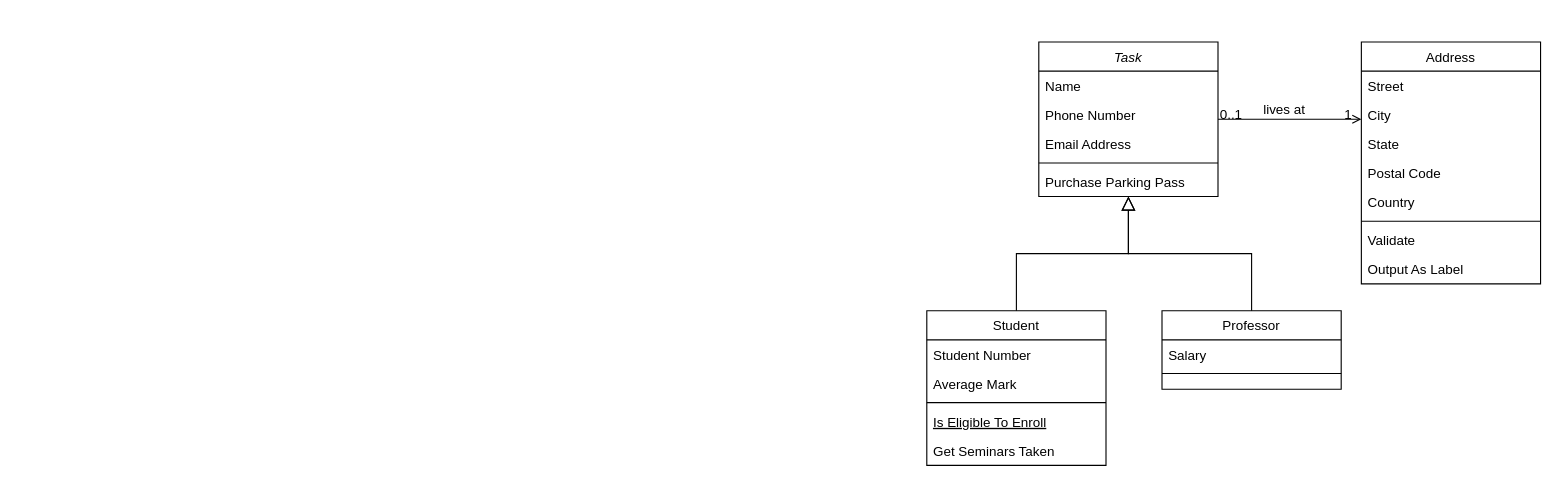
The draw.io diagram diagrams/异步任务涉及记账时的堆栈.drawio in libo9527/static, before the edit. Source tidied: cells renumbered, new cells numbered last; positions are measured from the earlier drawing's top-left corner, leaving out a move shared by most shapes. Both pictures are drawn from the tidied source at 112%, with x=0, y=0 at pixel (926, 41).
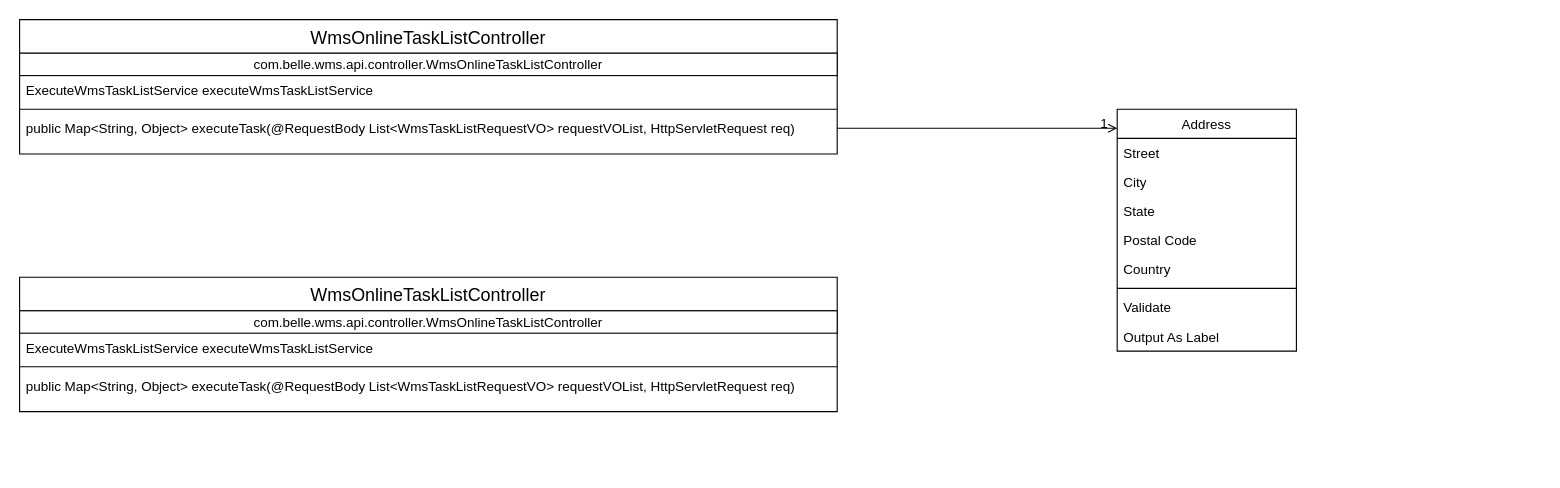
The same diagram, later.

Commit message (it also covers changes not shown here):
更新异步任务涉及记账时的堆栈.drawio

What changed in the source:
```diff
@@
-    <mxCell id="2" value="Task" style="swimlane;fontStyle=2;align=center;verticalAlign=top;horizontal=1;startSize=26;rounded=0;shadow=0;strokeWidth=1;" parent="1" vertex="1">
-      <mxGeometry x="100" width="160" height="138" as="geometry" />
+    <mxCell id="2" value="WmsOnlineTaskListController" style="swimlane;fontStyle=0;align=center;verticalAlign=top;horizontal=1;startSize=30;rounded=0;shadow=0;strokeWidth=1;fontSize=16;" parent="1" vertex="1">
+      <mxGeometry x="-810" y="-20" width="730" height="120" as="geometry" />
     </mxCell>
+    <mxCell id="32" value="&lt;font style=&quot;font-size: 12px&quot;&gt;com.belle.wms.api.controller.WmsOnlineTaskListController&lt;/font&gt;" style="rounded=0;whiteSpace=wrap;html=1;fontSize=14;" parent="2" vertex="1">
+      <mxGeometry y="30" width="730" height="20" as="geometry" />
+    </mxCell>
-    <mxCell id="3" value="Name" style="text;align=left;verticalAlign=top;spacingLeft=4;spacingRight=4;overflow=hidden;" parent="2" vertex="1">
-      <mxGeometry y="26" width="160" height="26" as="geometry" />
+    <mxCell id="3" value="ExecuteWmsTaskListService executeWmsTaskListService" style="text;align=left;verticalAlign=top;spacingLeft=4;spacingRight=4;overflow=hidden;" parent="2" vertex="1">
+      <mxGeometry y="50" width="730" height="26" as="geometry" />
     </mxCell>
-    <mxCell id="4" value="Phone Number" style="text;align=left;verticalAlign=top;spacingLeft=4;spacingRight=4;overflow=hidden;rounded=0;shadow=0;html=0;" parent="2" vertex="1">
-      <mxGeometry y="52" width="160" height="26" as="geometry" />
-    </mxCell>
-    <mxCell id="5" value="Email Address" style="text;align=left;verticalAlign=top;spacingLeft=4;spacingRight=4;overflow=hidden;rounded=0;shadow=0;html=0;" parent="2" vertex="1">
-      <mxGeometry y="78" width="160" height="26" as="geometry" />
-    </mxCell>
     <mxCell id="6" style="line;html=1;strokeWidth=1;align=left;verticalAlign=middle;spacingTop=-1;spacingLeft=3;spacingRight=3;labelPosition=right;" parent="2" vertex="1">
-      <mxGeometry y="104" width="160" height="8" as="geometry" />
+      <mxGeometry y="76" width="730" height="8" as="geometry" />
     </mxCell>
-    <mxCell id="7" value="Purchase Parking Pass" style="text;align=left;verticalAlign=top;spacingLeft=4;spacingRight=4;overflow=hidden;points=[[0,0.5],[1,0.5]];portConstraint=eastwest;" parent="2" vertex="1">
-      <mxGeometry y="112" width="160" height="26" as="geometry" />
+    <mxCell id="7" value="public Map&lt;String, Object&gt; executeTask(@RequestBody List&lt;WmsTaskListRequestVO&gt; requestVOList, HttpServletRequest req)" style="text;align=left;verticalAlign=top;spacingLeft=4;spacingRight=4;overflow=hidden;points=[[0,0.5],[1,0.5]];portConstraint=eastwest;" parent="2" vertex="1">
+      <mxGeometry y="84" width="730" height="26" as="geometry" />
     </mxCell>
-    <mxCell id="8" value="Student" style="swimlane;fontStyle=0;align=center;verticalAlign=top;horizontal=1;startSize=26;rounded=0;shadow=0;strokeWidth=1;" parent="1" vertex="1">
-      <mxGeometry y="240" width="160" height="138" as="geometry" />
-    </mxCell>
-    <mxCell id="9" value="Student Number" style="text;align=left;verticalAlign=top;spacingLeft=4;spacingRight=4;overflow=hidden;" parent="8" vertex="1">
-      <mxGeometry y="26" width="160" height="26" as="geometry" />
-    </mxCell>
-    <mxCell id="10" value="Average Mark" style="text;align=left;verticalAlign=top;spacingLeft=4;spacingRight=4;overflow=hidden;rounded=0;shadow=0;html=0;" parent="8" vertex="1">
-      <mxGeometry y="52" width="160" height="26" as="geometry" />
-    </mxCell>
-    <mxCell id="11" style="line;html=1;strokeWidth=1;align=left;verticalAlign=middle;spacingTop=-1;spacingLeft=3;spacingRight=3;labelPosition=right;" parent="8" vertex="1">
-      <mxGeometry y="78" width="160" height="8" as="geometry" />
-    </mxCell>
-    <mxCell id="12" value="Is Eligible To Enroll" style="text;align=left;verticalAlign=top;spacingLeft=4;spacingRight=4;overflow=hidden;fontStyle=4;" parent="8" vertex="1">
-      <mxGeometry y="86" width="160" height="26" as="geometry" />
-    </mxCell>
-    <mxCell id="13" value="Get Seminars Taken" style="text;align=left;verticalAlign=top;spacingLeft=4;spacingRight=4;overflow=hidden;" parent="8" vertex="1">
-      <mxGeometry y="112" width="160" height="26" as="geometry" />
-    </mxCell>
-    <mxCell id="14" style="endArrow=block;endSize=10;endFill=0;shadow=0;strokeWidth=1;rounded=0;edgeStyle=elbowEdgeStyle;elbow=vertical;" parent="1" edge="1" source="8" target="2">
-      <mxGeometry relative="1" as="geometry" />
-    </mxCell>
-    <mxCell id="15" value="Professor" style="swimlane;fontStyle=0;align=center;verticalAlign=top;horizontal=1;startSize=26;rounded=0;shadow=0;strokeWidth=1;" parent="1" vertex="1">
-      <mxGeometry x="210" y="240" width="160" height="70" as="geometry" />
-    </mxCell>
-    <mxCell id="16" value="Salary" style="text;align=left;verticalAlign=top;spacingLeft=4;spacingRight=4;overflow=hidden;" parent="15" vertex="1">
-      <mxGeometry y="26" width="160" height="26" as="geometry" />
-    </mxCell>
-    <mxCell id="17" style="line;html=1;strokeWidth=1;align=left;verticalAlign=middle;spacingTop=-1;spacingLeft=3;spacingRight=3;labelPosition=right;" parent="15" vertex="1">
-      <mxGeometry y="52" width="160" height="8" as="geometry" />
-    </mxCell>
-    <mxCell id="18" style="endArrow=block;endSize=10;endFill=0;shadow=0;strokeWidth=1;rounded=0;edgeStyle=elbowEdgeStyle;elbow=vertical;" parent="1" edge="1" source="15" target="2">
-      <mxGeometry relative="1" as="geometry" />
-    </mxCell>
     <mxCell id="19" value="Address" style="swimlane;fontStyle=0;align=center;verticalAlign=top;horizontal=1;startSize=26;rounded=0;shadow=0;strokeWidth=1;" parent="1" vertex="1">
-      <mxGeometry x="388" width="160" height="216" as="geometry" />
+      <mxGeometry x="170" y="60" width="160" height="216" as="geometry" />
     </mxCell>
@@
-    <mxCell id="28" style="endArrow=open;shadow=0;strokeWidth=1;rounded=0;endFill=1;edgeStyle=elbowEdgeStyle;elbow=vertical;" parent="1" edge="1" source="2" target="19">
+    <mxCell id="28" style="endArrow=open;shadow=0;strokeWidth=1;rounded=0;endFill=1;edgeStyle=elbowEdgeStyle;elbow=vertical;exitX=1;exitY=0.5;exitDx=0;exitDy=0;" parent="1" edge="1" source="7" target="19">
       <mxGeometry x="0.5" y="41" relative="1" as="geometry">
         <mxPoint x="-40" y="32" as="offset" />
       </mxGeometry>
     </mxCell>
-    <mxCell id="29" value="0..1" style="align=left;verticalAlign=bottom;labelBackgroundColor=none;fontSize=12;" parent="28" vertex="1">
-      <mxGeometry x="-1" relative="1" as="geometry">
-        <mxPoint y="4" as="offset" />
-      </mxGeometry>
-    </mxCell>
@@
-    <mxCell id="31" value="lives at" style="text;html=1;align=center;verticalAlign=middle;labelBackgroundColor=none;rounded=0;shadow=0;strokeWidth=1;fontSize=12;" parent="28" vertex="1">
-      <mxGeometry x="0.5" y="49" relative="1" as="geometry">
-        <mxPoint x="-38" y="40" as="offset" />
-      </mxGeometry>
-    </mxCell>
+    <mxCell id="33" value="WmsOnlineTaskListController" style="swimlane;fontStyle=0;align=center;verticalAlign=top;horizontal=1;startSize=30;rounded=0;shadow=0;strokeWidth=1;fontSize=16;" parent="1" vertex="1">
+      <mxGeometry x="-810" y="210" width="730" height="120" as="geometry" />
+    </mxCell>
+    <mxCell id="34" value="&lt;font style=&quot;font-size: 12px&quot;&gt;com.belle.wms.api.controller.WmsOnlineTaskListController&lt;/font&gt;" style="rounded=0;whiteSpace=wrap;html=1;fontSize=14;" parent="33" vertex="1">
+      <mxGeometry y="30" width="730" height="20" as="geometry" />
+    </mxCell>
+    <mxCell id="35" value="ExecuteWmsTaskListService executeWmsTaskListService" style="text;align=left;verticalAlign=top;spacingLeft=4;spacingRight=4;overflow=hidden;" parent="33" vertex="1">
+      <mxGeometry y="50" width="730" height="26" as="geometry" />
+    </mxCell>
+    <mxCell id="36" style="line;html=1;strokeWidth=1;align=left;verticalAlign=middle;spacingTop=-1;spacingLeft=3;spacingRight=3;labelPosition=right;" parent="33" vertex="1">
+      <mxGeometry y="76" width="730" height="8" as="geometry" />
+    </mxCell>
+    <mxCell id="37" value="public Map&lt;String, Object&gt; executeTask(@RequestBody List&lt;WmsTaskListRequestVO&gt; requestVOList, HttpServletRequest req)" style="text;align=left;verticalAlign=top;spacingLeft=4;spacingRight=4;overflow=hidden;" parent="33" vertex="1">
+      <mxGeometry y="84" width="730" height="26" as="geometry" />
+    </mxCell>
```
